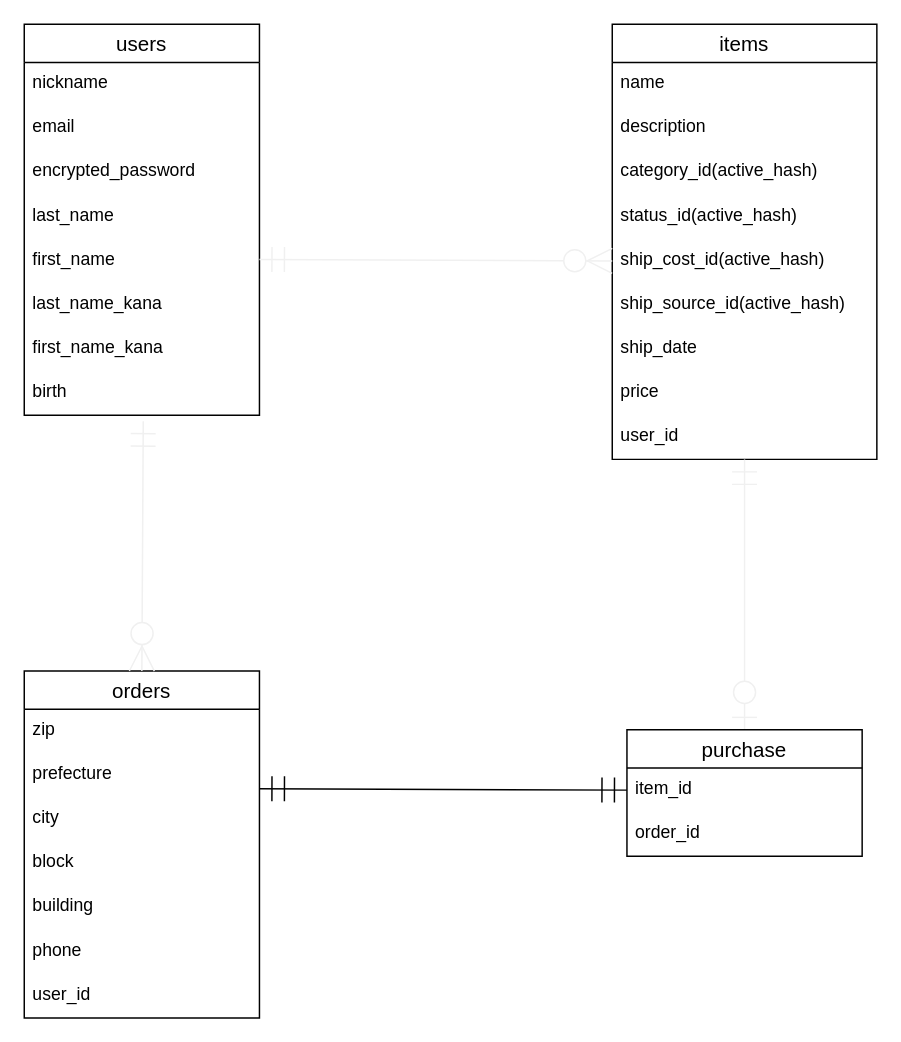
This is furima.dio from Tatsuya9156/furima-33498, a draw.io file, before an edit. Source tidied: cells renumbered, new cells numbered last; positions are measured from the earlier drawing's top-left corner, leaving out a move shared by most shapes. Both pictures are drawn from the tidied source at 147%, with x=0, y=0 at pixel (24, 24).
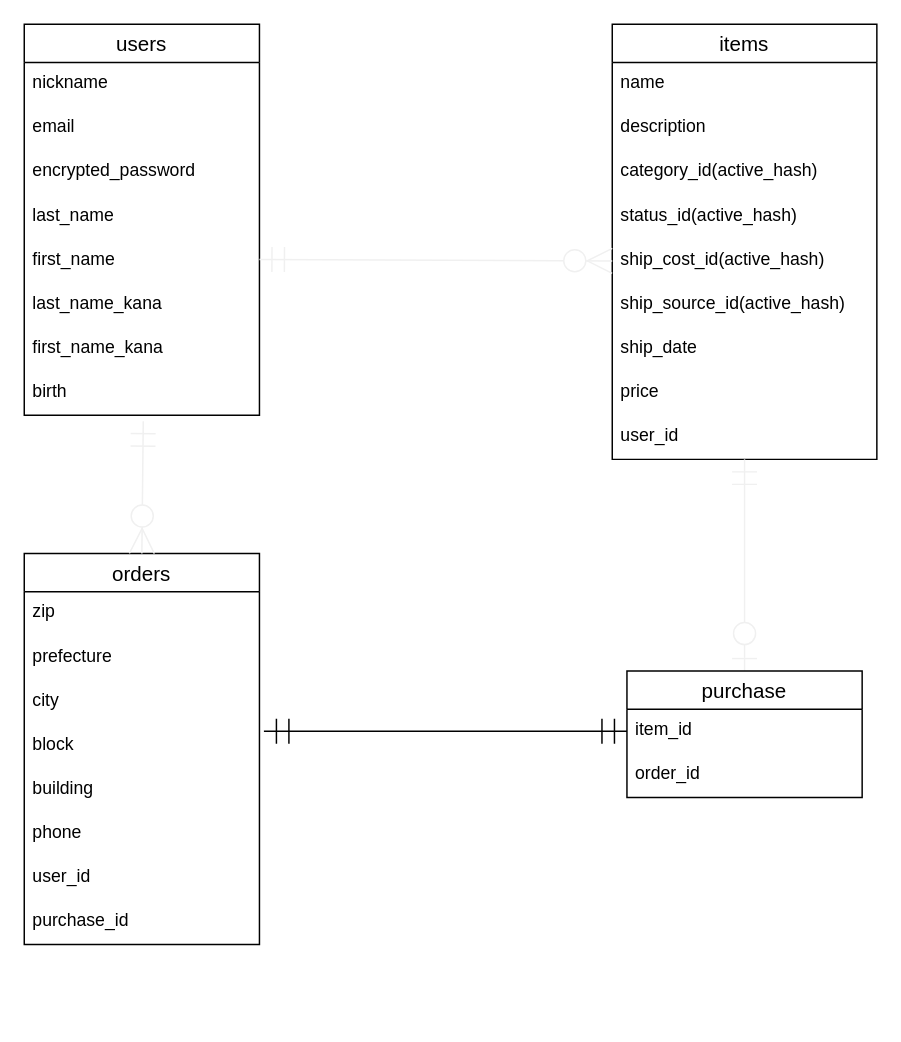
Above is the later version.

Commit message (it also covers changes not shown here):
ordersテーブルの51行目の追加

Unchanged cells that the change refers to:
```xml
<mxCell id="25" value="block" style="text;strokeColor=none;fillColor=none;spacingLeft=4;spacingRight=4;overflow=hidden;points=[[0,0.5],[1,0.5]];portConstraint=eastwest;fontSize=12;" parent="21" vertex="1">
  <mxGeometry y="116" width="160" height="30" as="geometry" />
</mxCell>
<mxCell id="33" value="item_id" style="text;strokeColor=none;fillColor=none;spacingLeft=4;spacingRight=4;overflow=hidden;points=[[0,0.5],[1,0.5]];portConstraint=eastwest;fontSize=12;" parent="32" vertex="1">
  <mxGeometry y="26" width="160" height="30" as="geometry" />
</mxCell>
```

Diff of the diagram source:
```diff
@@
     <mxCell id="21" value="orders" style="swimlane;fontStyle=0;horizontal=1;startSize=26;align=center;fontSize=14;" parent="1" vertex="1">
-      <mxGeometry y="440" width="160" height="236" as="geometry" />
+      <mxGeometry y="360" width="160" height="266" as="geometry" />
     </mxCell>
@@
+    <mxCell id="36" value="purchase_id" style="text;strokeColor=none;fillColor=none;spacingLeft=4;spacingRight=4;overflow=hidden;fontSize=12;" parent="21" vertex="1">
+      <mxGeometry y="236" width="160" height="30" as="geometry" />
+    </mxCell>
@@
     <mxCell id="32" value="purchase" style="swimlane;fontStyle=0;horizontal=1;startSize=26;align=center;fontSize=14;" parent="1" vertex="1">
-      <mxGeometry x="410" y="480" width="160" height="86" as="geometry" />
+      <mxGeometry x="410" y="440" width="160" height="86" as="geometry" />
     </mxCell>
@@
-    <mxCell id="35" style="endArrow=ERmandOne;html=1;rounded=0;startArrow=ERmandOne;startFill=0;endFill=0;endSize=15;startSize=15;entryX=0;entryY=0.5;entryDx=0;entryDy=0;" parent="1" edge="1" target="33">
-      <mxGeometry relative="1" as="geometry">
-        <mxPoint x="160" y="520" as="sourcePoint" />
-      </mxGeometry>
+    <mxCell id="35" style="endArrow=ERmandOne;html=1;rounded=0;startArrow=ERmandOne;startFill=0;endFill=0;endSize=15;startSize=15;entryX=0;entryY=0.5;entryDx=0;entryDy=0;exitX=1.019;exitY=0.167;exitDx=0;exitDy=0;exitPerimeter=0;" parent="1" edge="1" source="25" target="33">
+      <mxGeometry relative="1" as="geometry" />
     </mxCell>
```
